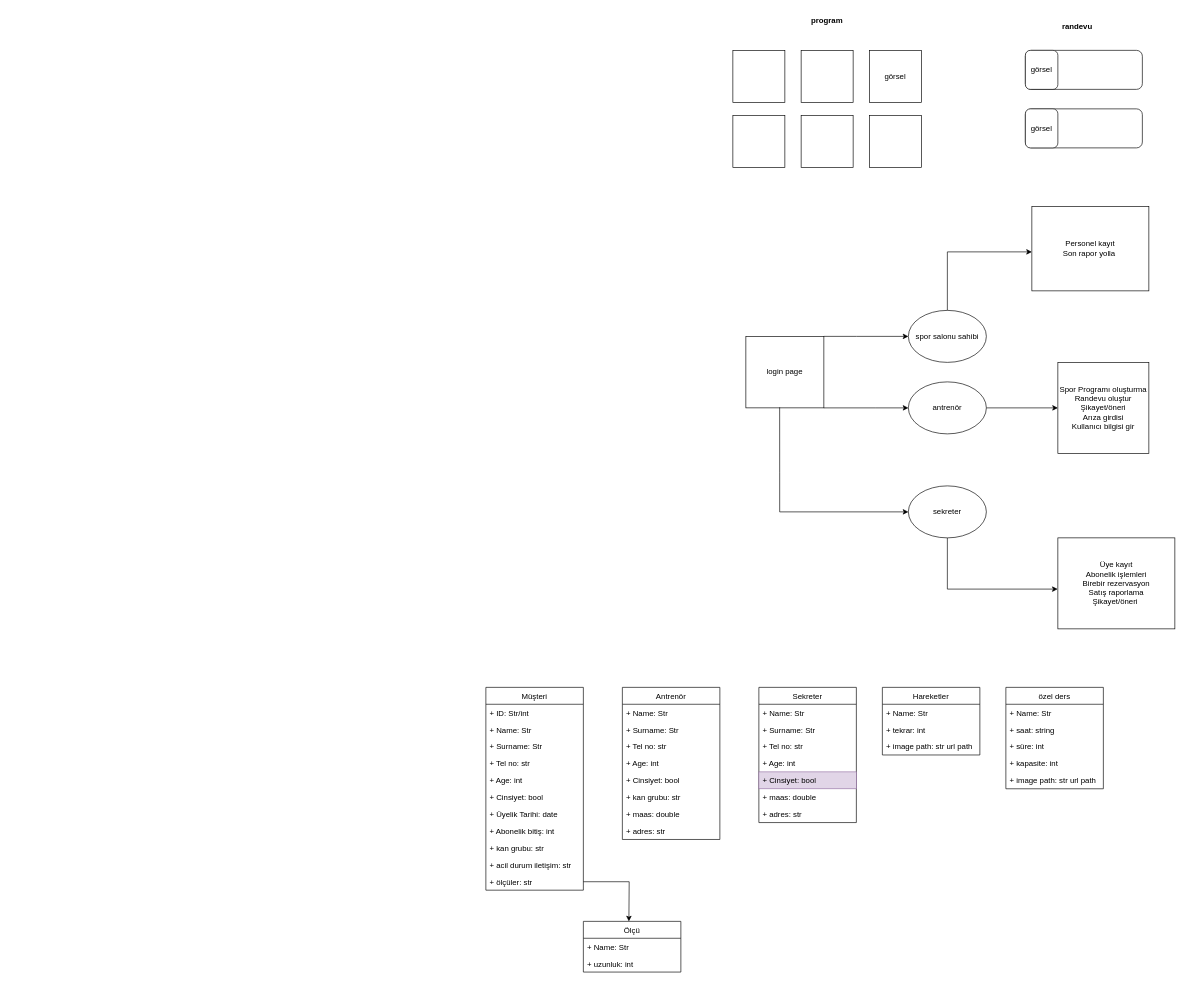
Mudaferkaymak/FitnessCenterAutomation keeps this draw.io diagram as moDiagram.drawio. Above is the earlier version. Source tidied: cells renumbered, new cells numbered last; positions are measured from the earlier drawing's top-left corner, leaving out a move shared by most shapes. Both pictures are drawn from the tidied source at 65%, with x=0, y=0 at pixel (486, 11).
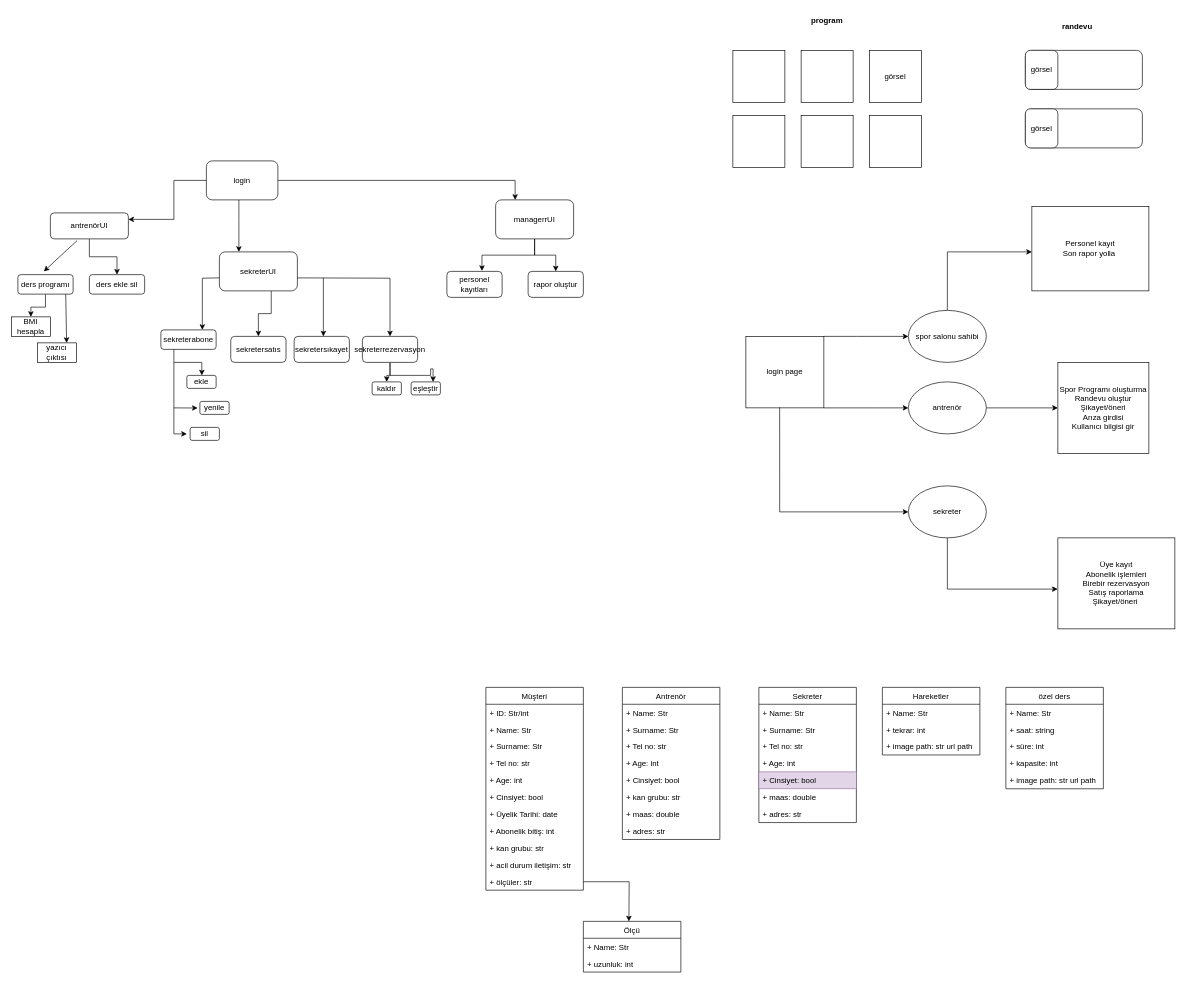
Above is the later version.

Commit message:
moDiagram.drawio + fonksiyon tablosu

What changed in the source:
```diff
@@
+    <mxCell id="70" style="edgeStyle=orthogonalEdgeStyle;rounded=0;jettySize=auto;html=1;entryX=1;entryY=0.25;entryDx=0;entryDy=0;" parent="1" edge="1" source="73" target="75">
+      <mxGeometry relative="1" as="geometry">
+        <Array as="points">
+          <mxPoint x="-480" y="260" />
+          <mxPoint x="-480" y="320" />
+        </Array>
+      </mxGeometry>
+    </mxCell>
+    <mxCell id="71" style="edgeStyle=orthogonalEdgeStyle;rounded=0;jettySize=auto;html=1;entryX=0.25;entryY=0;entryDx=0;entryDy=0;" parent="1" edge="1" source="73" target="76">
+      <mxGeometry relative="1" as="geometry">
+        <Array as="points">
+          <mxPoint x="-380" y="320" />
+          <mxPoint x="-380" y="320" />
+        </Array>
+      </mxGeometry>
+    </mxCell>
+    <mxCell id="72" style="edgeStyle=orthogonalEdgeStyle;rounded=0;jettySize=auto;html=1;entryX=0.25;entryY=0;entryDx=0;entryDy=0;" parent="1" edge="1" source="73" target="79">
+      <mxGeometry relative="1" as="geometry" />
+    </mxCell>
+    <mxCell id="73" value="login" style="rounded=1;whiteSpace=wrap;html=1;" parent="1" vertex="1">
+      <mxGeometry x="-430" y="230" width="110" height="60" as="geometry" />
+    </mxCell>
+    <mxCell id="74" style="edgeStyle=orthogonalEdgeStyle;rounded=0;jettySize=auto;html=1;entryX=0.5;entryY=0;entryDx=0;entryDy=0;" parent="1" edge="1" source="75" target="100">
+      <mxGeometry relative="1" as="geometry" />
+    </mxCell>
+    <mxCell id="75" value="antrenörUI" style="rounded=1;whiteSpace=wrap;html=1;" parent="1" vertex="1">
+      <mxGeometry x="-670" y="310" width="120" height="40" as="geometry" />
+    </mxCell>
+    <mxCell id="76" value="sekreterUI" style="rounded=1;whiteSpace=wrap;html=1;" parent="1" vertex="1">
+      <mxGeometry x="-410" y="370" width="120" height="60" as="geometry" />
+    </mxCell>
+    <mxCell id="77" style="edgeStyle=orthogonalEdgeStyle;rounded=0;jettySize=auto;html=1;entryX=0.635;entryY=-0.018;entryDx=0;entryDy=0;entryPerimeter=0;" parent="1" edge="1" source="79" target="97">
+      <mxGeometry relative="1" as="geometry" />
+    </mxCell>
+    <mxCell id="78" style="edgeStyle=orthogonalEdgeStyle;rounded=0;jettySize=auto;html=1;entryX=0.5;entryY=0;entryDx=0;entryDy=0;" parent="1" edge="1" source="79" target="98">
+      <mxGeometry relative="1" as="geometry" />
+    </mxCell>
+    <mxCell id="79" value="managerrUI" style="rounded=1;whiteSpace=wrap;html=1;" parent="1" vertex="1">
+      <mxGeometry x="15" y="290" width="120" height="60" as="geometry" />
+    </mxCell>
+    <mxCell id="80" style="edgeStyle=orthogonalEdgeStyle;rounded=0;jettySize=auto;html=1;entryX=0.75;entryY=0;entryDx=0;entryDy=0;" parent="1" edge="1" target="84">
+      <mxGeometry relative="1" as="geometry">
+        <mxPoint x="-410" y="410" as="sourcePoint" />
+      </mxGeometry>
+    </mxCell>
+    <mxCell id="81" style="edgeStyle=orthogonalEdgeStyle;rounded=0;jettySize=auto;html=1;entryX=0.5;entryY=0;entryDx=0;entryDy=0;exitX=0.665;exitY=1.004;exitDx=0;exitDy=0;exitPerimeter=0;" parent="1" edge="1" source="76" target="85">
+      <mxGeometry relative="1" as="geometry" />
+    </mxCell>
+    <mxCell id="82" style="edgeStyle=orthogonalEdgeStyle;rounded=0;jettySize=auto;html=1;entryX=0.5;entryY=0;entryDx=0;entryDy=0;" parent="1" edge="1" target="89">
+      <mxGeometry relative="1" as="geometry">
+        <mxPoint x="-290" y="410" as="sourcePoint" />
+      </mxGeometry>
+    </mxCell>
+    <mxCell id="83" style="edgeStyle=orthogonalEdgeStyle;rounded=0;jettySize=auto;html=1;exitX=0.25;exitY=1;exitDx=0;exitDy=0;" parent="1" edge="1" source="84" target="92">
+      <mxGeometry relative="1" as="geometry">
+        <Array as="points">
+          <mxPoint x="-480" y="520" />
+          <mxPoint x="-480" y="540" />
+          <mxPoint x="-437" y="540" />
+        </Array>
+      </mxGeometry>
+    </mxCell>
+    <mxCell id="84" value="sekreterabone" style="rounded=1;whiteSpace=wrap;html=1;" parent="1" vertex="1">
+      <mxGeometry x="-500" y="490" width="85" height="30" as="geometry" />
+    </mxCell>
+    <mxCell id="85" value="sekretersatıs" style="rounded=1;whiteSpace=wrap;html=1;" parent="1" vertex="1">
+      <mxGeometry x="-392.5" y="500" width="85" height="40" as="geometry" />
+    </mxCell>
+    <mxCell id="86" value="sekretersıkayet" style="rounded=1;whiteSpace=wrap;html=1;" parent="1" vertex="1">
+      <mxGeometry x="-295" y="500" width="85" height="40" as="geometry" />
+    </mxCell>
+    <mxCell id="87" style="edgeStyle=orthogonalEdgeStyle;rounded=0;jettySize=auto;html=1;entryX=0.75;entryY=0;entryDx=0;entryDy=0;" parent="1" edge="1" source="89" target="90">
+      <mxGeometry relative="1" as="geometry" />
+    </mxCell>
+    <mxCell id="88" style="edgeStyle=orthogonalEdgeStyle;rounded=0;jettySize=auto;html=1;entryX=0.5;entryY=0;entryDx=0;entryDy=0;" parent="1" edge="1" source="89" target="91">
+      <mxGeometry relative="1" as="geometry" />
+    </mxCell>
+    <mxCell id="89" value="sekreterrezervasyon" style="rounded=1;whiteSpace=wrap;html=1;" parent="1" vertex="1">
+      <mxGeometry x="-190" y="500" width="85" height="40" as="geometry" />
+    </mxCell>
+    <mxCell id="90" value="eşleştir" style="rounded=1;whiteSpace=wrap;html=1;" parent="1" vertex="1">
+      <mxGeometry x="-115" y="570" width="45" height="20" as="geometry" />
+    </mxCell>
+    <mxCell id="91" value="kaldır" style="rounded=1;whiteSpace=wrap;html=1;" parent="1" vertex="1">
+      <mxGeometry x="-175" y="570" width="45" height="20" as="geometry" />
+    </mxCell>
+    <mxCell id="92" value="ekle" style="rounded=1;whiteSpace=wrap;html=1;" parent="1" vertex="1">
+      <mxGeometry x="-460" y="560" width="45" height="20" as="geometry" />
+    </mxCell>
+    <mxCell id="93" style="endArrow=classic;html=1;rounded=0;" parent="1" edge="1">
+      <mxGeometry relative="1" as="geometry">
+        <mxPoint x="-480" y="540" as="sourcePoint" />
+        <mxPoint x="-460" y="650" as="targetPoint" />
+        <Array as="points">
+          <mxPoint x="-480" y="650" />
+        </Array>
+      </mxGeometry>
+    </mxCell>
+    <mxCell id="94" value="sil" style="rounded=1;whiteSpace=wrap;html=1;" parent="1" vertex="1">
+      <mxGeometry x="-455" y="640" width="45" height="20" as="geometry" />
+    </mxCell>
+    <mxCell id="95" style="endArrow=classic;html=1;rounded=0;entryX=-0.075;entryY=0.51;entryDx=0;entryDy=0;entryPerimeter=0;" parent="1" edge="1" target="96">
+      <mxGeometry relative="1" as="geometry">
+        <mxPoint x="-480" y="610" as="sourcePoint" />
+      </mxGeometry>
+    </mxCell>
+    <mxCell id="96" value="yenile" style="rounded=1;whiteSpace=wrap;html=1;" parent="1" vertex="1">
+      <mxGeometry x="-440" y="600" width="45" height="20" as="geometry" />
+    </mxCell>
+    <mxCell id="97" value="personel kayıtları" style="rounded=1;whiteSpace=wrap;html=1;" parent="1" vertex="1">
+      <mxGeometry x="-60" y="400" width="85" height="40" as="geometry" />
+    </mxCell>
+    <mxCell id="98" value="rapor oluştur" style="rounded=1;whiteSpace=wrap;html=1;" parent="1" vertex="1">
+      <mxGeometry x="65" y="400" width="85" height="40" as="geometry" />
+    </mxCell>
+    <mxCell id="99" style="edgeStyle=orthogonalEdgeStyle;rounded=0;orthogonalLoop=1;jettySize=auto;html=1;exitX=0.5;exitY=1;exitDx=0;exitDy=0;" parent="1" edge="1" source="98" target="98">
+      <mxGeometry relative="1" as="geometry" />
+    </mxCell>
+    <mxCell id="100" value="ders ekle sil" style="rounded=1;whiteSpace=wrap;html=1;" parent="1" vertex="1">
+      <mxGeometry x="-610" y="405" width="85" height="30" as="geometry" />
+    </mxCell>
+    <mxCell id="101" style="edgeStyle=orthogonalEdgeStyle;rounded=0;jettySize=auto;html=1;entryX=0.5;entryY=0;entryDx=0;entryDy=0;" parent="1" edge="1" source="102" target="105">
+      <mxGeometry relative="1" as="geometry" />
+    </mxCell>
+    <mxCell id="102" value="ders programı" style="rounded=1;whiteSpace=wrap;html=1;" parent="1" vertex="1">
+      <mxGeometry x="-720" y="405" width="85" height="30" as="geometry" />
+    </mxCell>
+    <mxCell id="103" style="endArrow=classic;html=1;rounded=0;exitX=0.343;exitY=1.065;exitDx=0;exitDy=0;exitPerimeter=0;" parent="1" edge="1" source="75">
+      <mxGeometry relative="1" as="geometry">
+        <mxPoint x="-680" y="400" as="targetPoint" />
+      </mxGeometry>
+    </mxCell>
+    <mxCell id="104" style="endArrow=classic;html=1;rounded=0;" parent="1" edge="1">
+      <mxGeometry relative="1" as="geometry">
+        <mxPoint x="-250" y="410" as="sourcePoint" />
+        <mxPoint x="-250" y="500" as="targetPoint" />
+      </mxGeometry>
+    </mxCell>
+    <mxCell id="105" value="BMI hesapla" style="rounded=0;whiteSpace=wrap;html=1;" parent="1" vertex="1">
+      <mxGeometry x="-730" y="470" width="60" height="30" as="geometry" />
+    </mxCell>
+    <mxCell id="106" value="yazıcı çıktısı" style="rounded=0;whiteSpace=wrap;html=1;" parent="1" vertex="1">
+      <mxGeometry x="-690" y="510" width="60" height="30" as="geometry" />
+    </mxCell>
+    <mxCell id="107" style="endArrow=classic;html=1;rounded=0;exitX=0.866;exitY=1;exitDx=0;exitDy=0;exitPerimeter=0;entryX=0.75;entryY=0;entryDx=0;entryDy=0;" parent="1" edge="1" source="102" target="106">
+      <mxGeometry relative="1" as="geometry" />
+    </mxCell>
```
